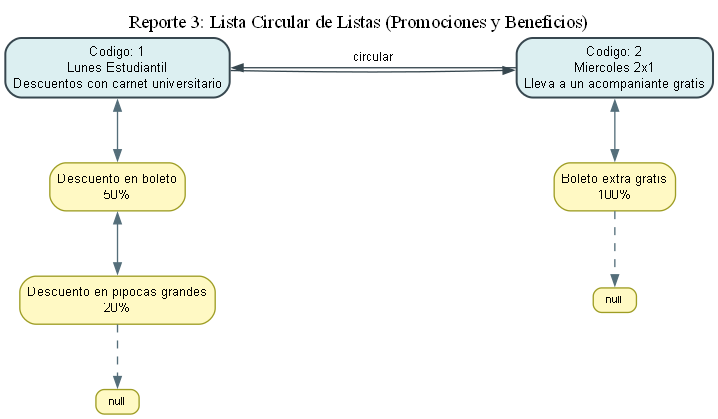
Earlier version of the Graphviz export build/reporte_promociones.png (sergioraulquezel/EDD_2S2026_PY_202401290). Its source is kept beside it as build/reporte_promociones.dot.
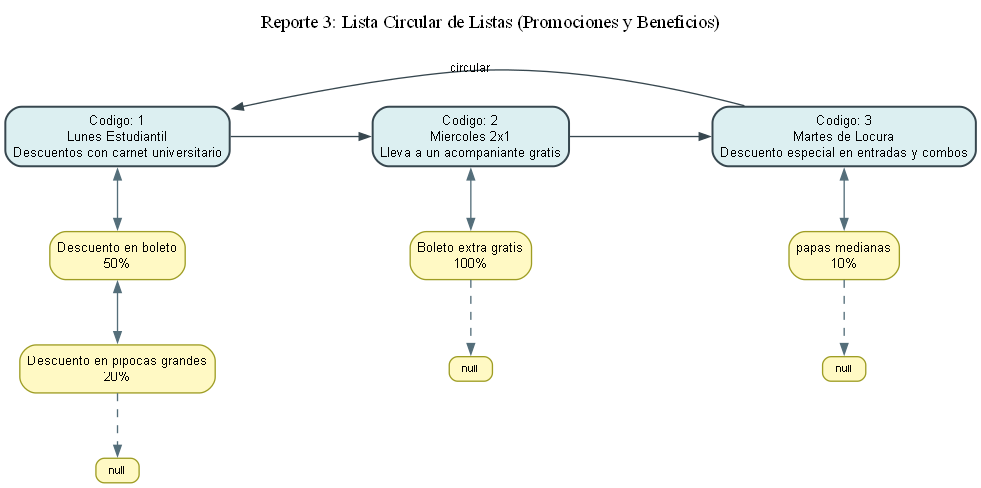
After the change.

Change to the diagram source:
```diff
@@ -2,7 +2,7 @@
   graph [rankdir=TB, splines=true, nodesep=0.75, ranksep=0.65, bgcolor="white", labelloc="t", label="Reporte 3: Lista Circular de Listas (Promociones y Beneficios)"];
   node [shape=box, style="rounded,filled", fontname="Arial", fontsize=10, margin="0.08,0.06"];
   edge [fontname="Arial", fontsize=9, color="#37474f", arrowsize=0.8];
-  { rank=same; promo_1; promo_2; }
+  { rank=same; promo_1; promo_2; promo_3; }
   promo_1 [label="Codigo: 1\nLunes Estudiantil\nDescuentos con carnet universitario", fillcolor="#dceff1", color="#37474f", penwidth=1.5];
   promo_1 -> promo_2 [constraint=false];
   ben_1_0 [label="Descuento en boleto\n50%", fillcolor="#fff9c4", color="#9e9d24"];
@@ -12,9 +12,15 @@
   null_1 [label="null", width=0.45, height=0.2, fontsize=8, fillcolor="#fff9c4", color="#9e9d24"];
   ben_1_1 -> null_1 [style=dashed, color="#546e7a"];
   promo_2 [label="Codigo: 2\nMiercoles 2x1\nLleva a un acompaniante gratis", fillcolor="#dceff1", color="#37474f", penwidth=1.5];
-  promo_2 -> promo_1 [constraint=false, minlen=2, label="circular"];
+  promo_2 -> promo_3 [constraint=false];
   ben_2_0 [label="Boleto extra gratis\n100%", fillcolor="#fff9c4", color="#9e9d24"];
   promo_2 -> ben_2_0 [dir=both, color="#546e7a"];
   null_2 [label="null", width=0.45, height=0.2, fontsize=8, fillcolor="#fff9c4", color="#9e9d24"];
   ben_2_0 -> null_2 [style=dashed, color="#546e7a"];
+  promo_3 [label="Codigo: 3\nMartes de Locura\nDescuento especial en entradas y combos", fillcolor="#dceff1", color="#37474f", penwidth=1.5];
+  promo_3 -> promo_1 [constraint=false, minlen=2, label="circular"];
+  ben_3_0 [label="papas medianas\n10%", fillcolor="#fff9c4", color="#9e9d24"];
+  promo_3 -> ben_3_0 [dir=both, color="#546e7a"];
+  null_3 [label="null", width=0.45, height=0.2, fontsize=8, fillcolor="#fff9c4", color="#9e9d24"];
+  ben_3_0 -> null_3 [style=dashed, color="#546e7a"];
 }
```
